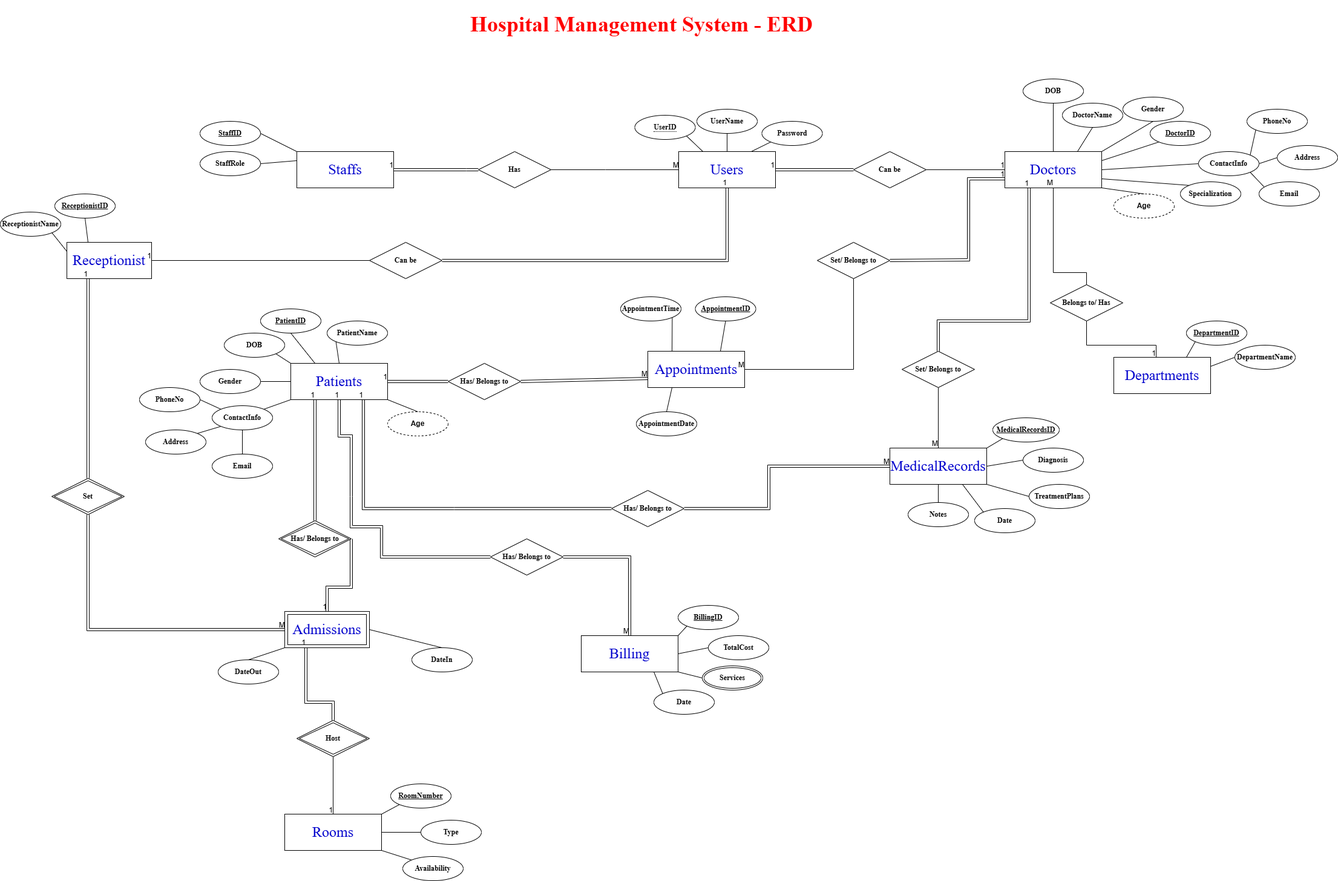
Earlier version of the draw.io export Images/_HospitalManagementSystemERD.png (rahmaAlmamari/HospitalManagementSystem). Source tidied: cells renumbered, new cells last; positions are measured from the earlier drawing's top-left corner, leaving out a move shared by most shapes.
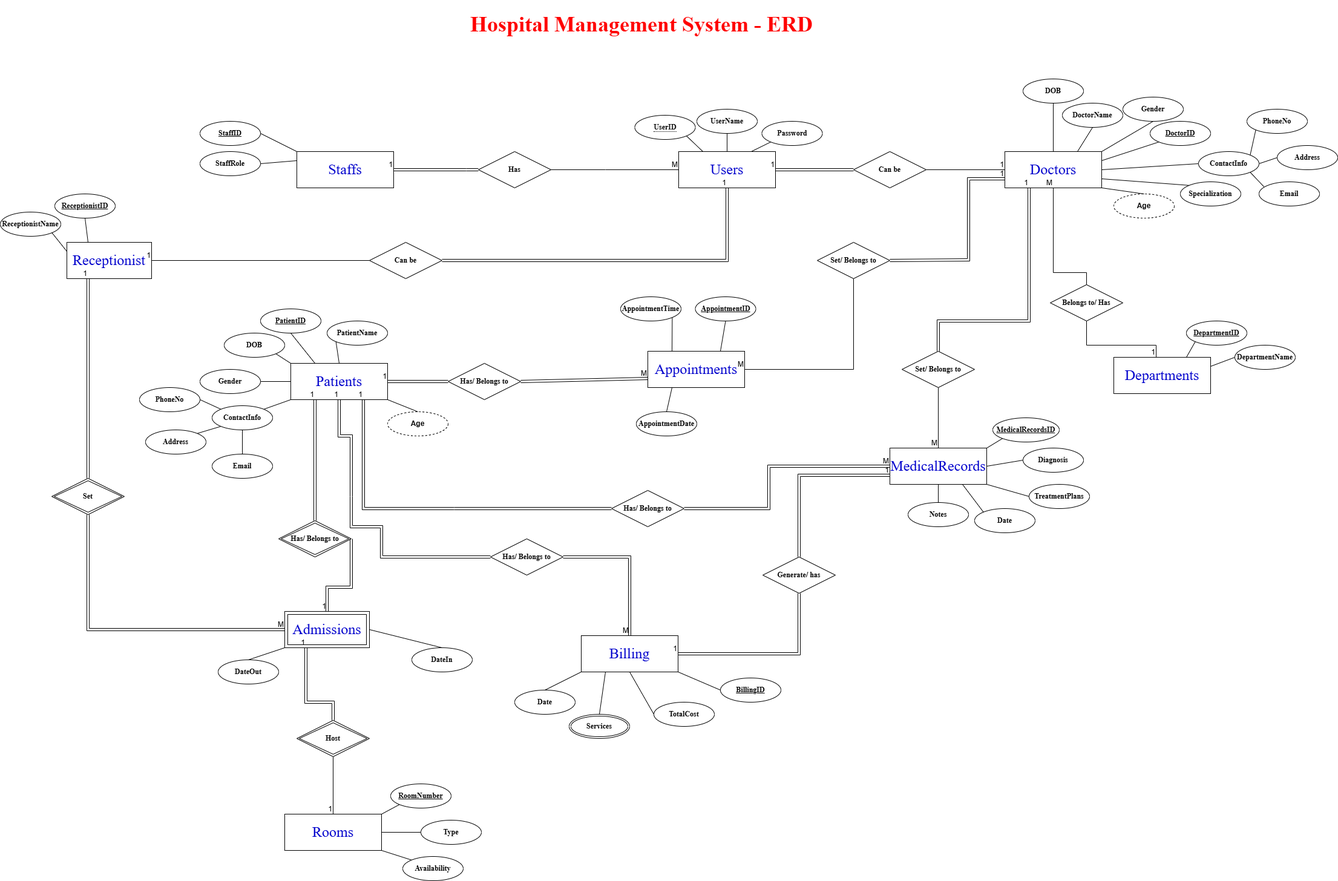
After the commit.

Change to the diagram source:
```diff
@@ -207,27 +207,27 @@
       <mxGeometry x="960" y="1050" width="160" height="60" as="geometry" />
     </mxCell>
     <mxCell id="70" value="&lt;font face=&quot;Times New Roman&quot;&gt;&lt;b&gt;BillingID&lt;/b&gt;&lt;/font&gt;" style="ellipse;whiteSpace=wrap;html=1;align=center;fontStyle=4;" parent="1" vertex="1">
-      <mxGeometry x="1120" y="1000" width="100" height="40" as="geometry" />
+      <mxGeometry x="1190" y="1120" width="100" height="40" as="geometry" />
     </mxCell>
     <mxCell id="71" value="&lt;font face=&quot;Times New Roman&quot;&gt;&lt;b&gt;TotalCost&lt;/b&gt;&lt;/font&gt;" style="ellipse;whiteSpace=wrap;html=1;align=center;" parent="1" vertex="1">
-      <mxGeometry x="1170" y="1050" width="100" height="40" as="geometry" />
+      <mxGeometry x="1080" y="1160" width="100" height="40" as="geometry" />
     </mxCell>
     <mxCell id="72" value="&lt;font face=&quot;Times New Roman&quot;&gt;&lt;b&gt;Services&lt;/b&gt;&lt;/font&gt;" style="ellipse;shape=doubleEllipse;margin=3;whiteSpace=wrap;html=1;align=center;" parent="1" vertex="1">
-      <mxGeometry x="1160" y="1100" width="100" height="40" as="geometry" />
+      <mxGeometry x="940" y="1180" width="100" height="40" as="geometry" />
     </mxCell>
     <mxCell id="73" value="&lt;font face=&quot;Times New Roman&quot;&gt;&lt;b&gt;Date&lt;/b&gt;&lt;/font&gt;" style="ellipse;whiteSpace=wrap;html=1;align=center;" parent="1" vertex="1">
-      <mxGeometry x="1080" y="1140" width="100" height="40" as="geometry" />
+      <mxGeometry x="850" y="1140" width="100" height="40" as="geometry" />
     </mxCell>
-    <mxCell id="74" style="endArrow=none;html=1;rounded=0;entryX=0;entryY=1;entryDx=0;entryDy=0;exitX=1;exitY=0;exitDx=0;exitDy=0;" parent="1" edge="1" source="69" target="70">
+    <mxCell id="74" style="endArrow=none;html=1;rounded=0;entryX=0;entryY=0.5;entryDx=0;entryDy=0;exitX=1;exitY=1;exitDx=0;exitDy=0;" parent="1" edge="1" source="69" target="70">
       <mxGeometry relative="1" as="geometry" />
     </mxCell>
-    <mxCell id="75" style="endArrow=none;html=1;rounded=0;entryX=0;entryY=0.5;entryDx=0;entryDy=0;exitX=1;exitY=0.5;exitDx=0;exitDy=0;" parent="1" edge="1" source="69" target="71">
+    <mxCell id="75" style="endArrow=none;html=1;rounded=0;entryX=0;entryY=0.5;entryDx=0;entryDy=0;exitX=0.5;exitY=1;exitDx=0;exitDy=0;" parent="1" edge="1" source="69" target="71">
       <mxGeometry relative="1" as="geometry" />
     </mxCell>
-    <mxCell id="76" style="endArrow=none;html=1;rounded=0;entryX=0;entryY=0.5;entryDx=0;entryDy=0;exitX=1;exitY=1;exitDx=0;exitDy=0;" parent="1" edge="1" source="69" target="72">
+    <mxCell id="76" style="endArrow=none;html=1;rounded=0;entryX=0.5;entryY=0;entryDx=0;entryDy=0;exitX=0.25;exitY=1;exitDx=0;exitDy=0;" parent="1" edge="1" source="69" target="72">
       <mxGeometry relative="1" as="geometry" />
     </mxCell>
-    <mxCell id="77" style="endArrow=none;html=1;rounded=0;entryX=0;entryY=0;entryDx=0;entryDy=0;exitX=0.75;exitY=1;exitDx=0;exitDy=0;" parent="1" edge="1" source="69" target="73">
+    <mxCell id="77" style="endArrow=none;html=1;rounded=0;entryX=0.5;entryY=0;entryDx=0;entryDy=0;exitX=0;exitY=1;exitDx=0;exitDy=0;" parent="1" edge="1" source="69" target="73">
       <mxGeometry relative="1" as="geometry" />
     </mxCell>
     <mxCell id="78" value="&lt;font style=&quot;font-size: 24px; color: rgb(0, 0, 204);&quot; face=&quot;Times New Roman&quot;&gt;Staffs&lt;/font&gt;" style="whiteSpace=wrap;html=1;align=center;" parent="1" vertex="1">
@@ -567,5 +567,28 @@
     <mxCell id="164" value="M" style="html=1;whiteSpace=wrap;align=right;verticalAlign=bottom;" parent="163" vertex="1">
       <mxGeometry x="1" relative="1" as="geometry" />
     </mxCell>
+    <mxCell id="165" value="&lt;b&gt;&lt;font face=&quot;Times New Roman&quot;&gt;Generate/ has&lt;/font&gt;&lt;/b&gt;" style="shape=rhombus;perimeter=rhombusPerimeter;whiteSpace=wrap;html=1;align=center;" parent="1" vertex="1">
+      <mxGeometry x="1260" y="920" width="120" height="60" as="geometry" />
+    </mxCell>
+    <mxCell id="166" style="shape=link;html=1;rounded=0;entryX=0;entryY=0.75;entryDx=0;entryDy=0;exitX=0.5;exitY=0;exitDx=0;exitDy=0;" parent="1" edge="1" source="165" target="58">
+      <mxGeometry relative="1" as="geometry">
+        <Array as="points">
+          <mxPoint x="1320" y="785" />
+        </Array>
+      </mxGeometry>
+    </mxCell>
+    <mxCell id="167" value="1" style="html=1;whiteSpace=wrap;align=right;verticalAlign=bottom;" parent="166" vertex="1">
+      <mxGeometry x="1" relative="1" as="geometry" />
+    </mxCell>
+    <mxCell id="168" style="shape=link;html=1;rounded=0;entryX=1;entryY=0.5;entryDx=0;entryDy=0;exitX=0.5;exitY=1;exitDx=0;exitDy=0;" parent="1" edge="1" source="165" target="69">
+      <mxGeometry relative="1" as="geometry">
+        <Array as="points">
+          <mxPoint x="1320" y="1080" />
+        </Array>
+      </mxGeometry>
+    </mxCell>
+    <mxCell id="169" value="1" style="html=1;whiteSpace=wrap;align=right;verticalAlign=bottom;" parent="168" vertex="1">
+      <mxGeometry x="1" relative="1" as="geometry" />
+    </mxCell>
   </root>
 </mxGraphModel>
```
